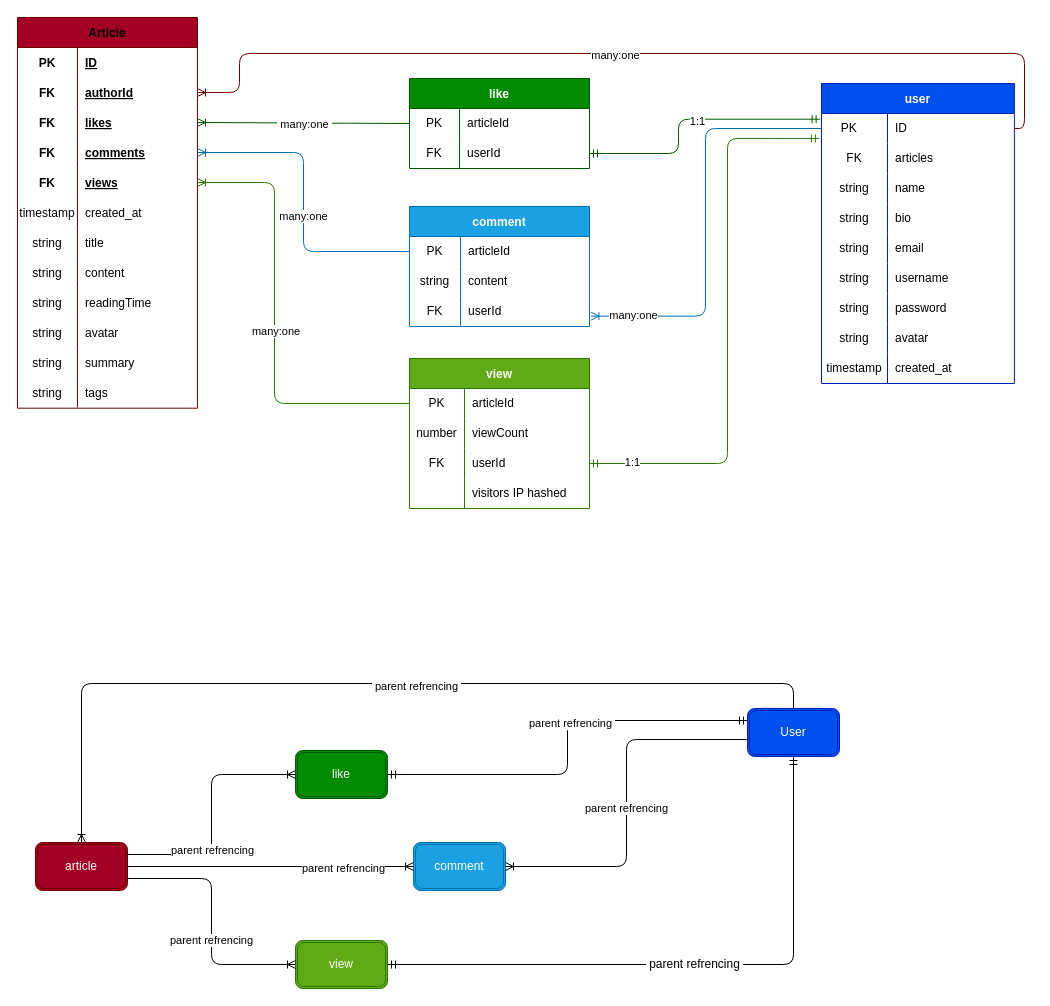
MhL5/Meta-Blog keeps this draw.io diagram as backend/doc/dbSchema.drawio. Above is the earlier version. Source tidied: cells renumbered, new cells numbered last; positions are measured from the earlier drawing's top-left corner, leaving out a move shared by most shapes. Both pictures are drawn from the tidied source at 100%, with x=0, y=0 at pixel (17, 17).
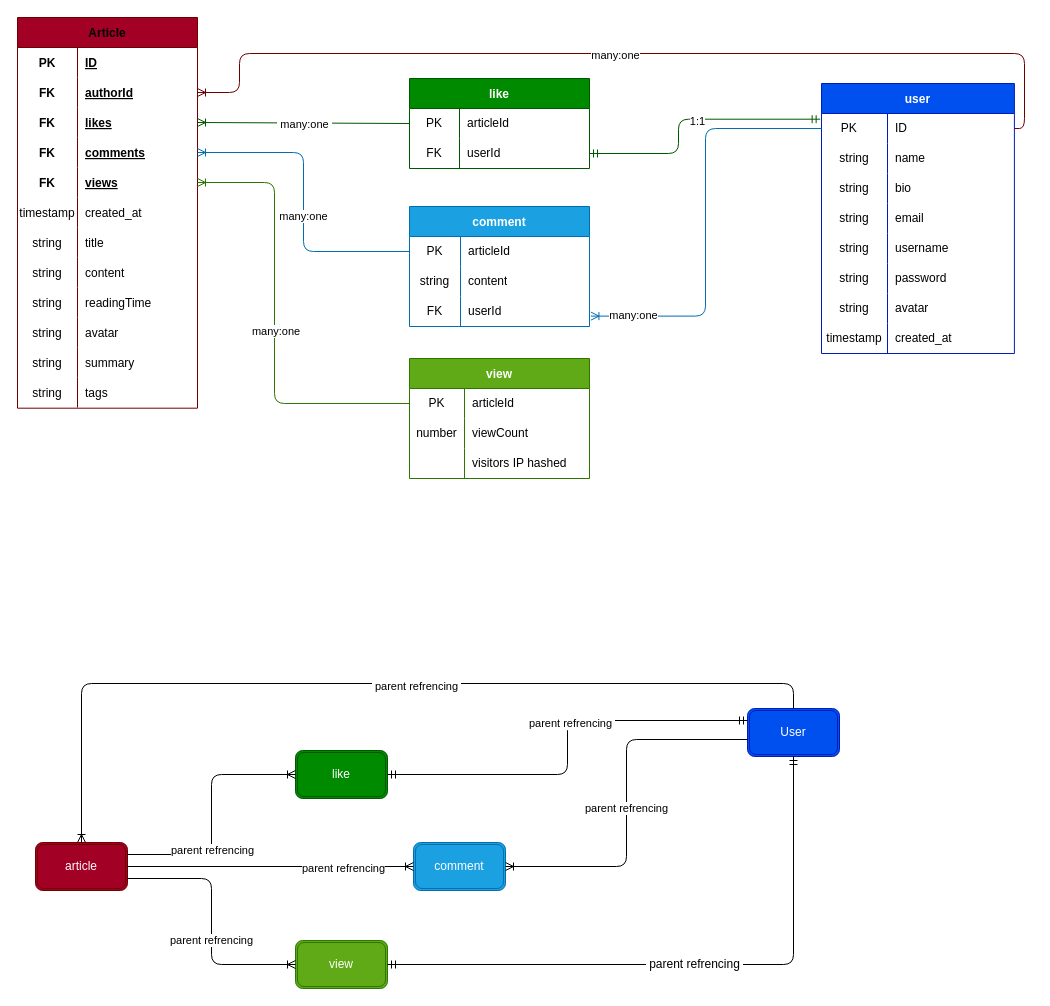
The same diagram, later.

The change refers to these unchanged cells:
```xml
<mxCell id="3" style="shape=tableRow;horizontal=0;startSize=0;swimlaneHead=0;swimlaneBody=0;top=0;left=0;bottom=0;right=0;fillColor=none;points=[[0,0.5],[1,0.5]];portConstraint=eastwest;rounded=0;" parent="2" vertex="1">
  <mxGeometry y="30" width="192.9" height="30" as="geometry" />
</mxCell>
```

Diff of the diagram source:
```diff
@@
     <mxCell id="2" value="user" style="shape=table;startSize=30;childLayout=tableLayout;rowLines=0;fontStyle=1;fillColor=#0050ef;fontColor=#ffffff;strokeColor=#001DBC;rounded=0;" parent="1" vertex="1">
-      <mxGeometry x="804" y="66" width="192.9" height="300" as="geometry" />
+      <mxGeometry x="804" y="66" width="192.9" height="270" as="geometry" />
     </mxCell>
@@
-    <mxCell id="6" style="shape=tableRow;horizontal=0;startSize=0;swimlaneHead=0;swimlaneBody=0;top=0;left=0;bottom=0;right=0;fillColor=none;rounded=0;" parent="2" vertex="1">
-      <mxGeometry y="60" width="192.9" height="30" as="geometry" />
-    </mxCell>
-    <mxCell id="7" value="FK" style="shape=partialRectangle;html=1;whiteSpace=wrap;fillColor=none;top=0;left=0;bottom=0;right=0;overflow=hidden;rounded=0;" parent="6" vertex="1">
-      <mxGeometry width="66" height="30" as="geometry" />
-    </mxCell>
-    <mxCell id="8" value="articles" style="shape=partialRectangle;html=1;whiteSpace=wrap;fillColor=none;top=0;left=0;bottom=0;right=0;align=left;spacingLeft=6;overflow=hidden;rounded=0;" parent="6" vertex="1">
-      <mxGeometry x="66" width="127" height="30" as="geometry" />
-    </mxCell>
     <mxCell id="9" style="shape=tableRow;horizontal=0;startSize=0;swimlaneHead=0;swimlaneBody=0;top=0;left=0;bottom=0;right=0;fillColor=none;rounded=0;" parent="2" vertex="1">
-      <mxGeometry y="90" width="192.9" height="30" as="geometry" />
+      <mxGeometry y="60" width="192.9" height="30" as="geometry" />
     </mxCell>
@@
     <mxCell id="12" style="shape=tableRow;horizontal=0;startSize=0;swimlaneHead=0;swimlaneBody=0;top=0;left=0;bottom=0;right=0;fillColor=none;rounded=0;" parent="2" vertex="1">
-      <mxGeometry y="120" width="192.9" height="30" as="geometry" />
+      <mxGeometry y="90" width="192.9" height="30" as="geometry" />
     </mxCell>
@@
     <mxCell id="15" style="shape=tableRow;horizontal=0;startSize=0;swimlaneHead=0;swimlaneBody=0;top=0;left=0;bottom=0;right=0;fillColor=none;rounded=0;" parent="2" vertex="1">
-      <mxGeometry y="150" width="192.9" height="30" as="geometry" />
+      <mxGeometry y="120" width="192.9" height="30" as="geometry" />
     </mxCell>
@@
     <mxCell id="18" style="shape=tableRow;horizontal=0;startSize=0;swimlaneHead=0;swimlaneBody=0;top=0;left=0;bottom=0;right=0;fillColor=none;rounded=0;" parent="2" vertex="1">
-      <mxGeometry y="180" width="192.9" height="30" as="geometry" />
+      <mxGeometry y="150" width="192.9" height="30" as="geometry" />
     </mxCell>
@@
     <mxCell id="21" style="shape=tableRow;horizontal=0;startSize=0;swimlaneHead=0;swimlaneBody=0;top=0;left=0;bottom=0;right=0;fillColor=none;rounded=0;" parent="2" vertex="1">
-      <mxGeometry y="210" width="192.9" height="30" as="geometry" />
+      <mxGeometry y="180" width="192.9" height="30" as="geometry" />
     </mxCell>
@@
     <mxCell id="24" style="shape=tableRow;horizontal=0;startSize=0;swimlaneHead=0;swimlaneBody=0;top=0;left=0;bottom=0;right=0;fillColor=none;rounded=0;" parent="2" vertex="1">
-      <mxGeometry y="240" width="192.9" height="30" as="geometry" />
+      <mxGeometry y="210" width="192.9" height="30" as="geometry" />
     </mxCell>
@@
     <mxCell id="27" style="shape=tableRow;horizontal=0;startSize=0;swimlaneHead=0;swimlaneBody=0;top=0;left=0;bottom=0;right=0;fillColor=none;rounded=0;" parent="2" vertex="1">
-      <mxGeometry y="270" width="192.9" height="30" as="geometry" />
+      <mxGeometry y="240" width="192.9" height="30" as="geometry" />
     </mxCell>
@@
     <mxCell id="47" value="view" style="shape=table;startSize=30;childLayout=tableLayout;rowLines=0;fontStyle=1;fillColor=#60a917;fontColor=#ffffff;strokeColor=#2D7600;rounded=0;" parent="1" vertex="1">
-      <mxGeometry x="392" y="341" width="180" height="150" as="geometry" />
+      <mxGeometry x="392" y="341" width="180" height="120" as="geometry" />
     </mxCell>
@@
-    <mxCell id="54" style="shape=tableRow;horizontal=0;startSize=0;swimlaneHead=0;swimlaneBody=0;top=0;left=0;bottom=0;right=0;fillColor=none;points=[[0,0.5],[1,0.5]];portConstraint=eastwest;rounded=0;" parent="47" vertex="1">
-      <mxGeometry y="90" width="180" height="30" as="geometry" />
-    </mxCell>
-    <mxCell id="55" value="FK" style="shape=partialRectangle;html=1;whiteSpace=wrap;fillColor=none;top=0;left=0;bottom=0;right=0;overflow=hidden;rounded=0;" parent="54" vertex="1">
-      <mxGeometry width="55" height="30" as="geometry" />
-    </mxCell>
-    <mxCell id="56" value="userId" style="shape=partialRectangle;html=1;whiteSpace=wrap;fillColor=none;top=0;left=0;bottom=0;right=0;align=left;spacingLeft=6;overflow=hidden;rounded=0;" parent="54" vertex="1">
-      <mxGeometry x="55" width="125" height="30" as="geometry" />
-    </mxCell>
     <mxCell id="57" style="shape=tableRow;horizontal=0;startSize=0;swimlaneHead=0;swimlaneBody=0;top=0;left=0;bottom=0;right=0;fillColor=none;rounded=0;" parent="47" vertex="1">
-      <mxGeometry y="120" width="180" height="30" as="geometry" />
+      <mxGeometry y="90" width="180" height="30" as="geometry" />
     </mxCell>
@@
-    <mxCell id="101" style="edgeStyle=orthogonalEdgeStyle;fontSize=12;html=1;endArrow=ERmandOne;startArrow=ERmandOne;fontColor=default;exitX=1;exitY=0.5;exitDx=0;exitDy=0;fillColor=#60a917;strokeColor=#2D7600;entryX=-0.011;entryY=0.831;entryDx=0;entryDy=0;entryPerimeter=0;" parent="1" edge="1" source="54" target="3">
-      <mxGeometry relative="1" as="geometry">
-        <Array as="points">
-          <mxPoint x="710" y="446" />
-          <mxPoint x="710" y="121" />
-        </Array>
-      </mxGeometry>
-    </mxCell>
-    <mxCell id="102" value="1:1" style="edgeLabel;html=1;align=center;verticalAlign=middle;fontColor=default;" parent="101" vertex="1">
-      <mxGeometry x="-0.85" y="2" relative="1" as="geometry" />
-    </mxCell>
```
